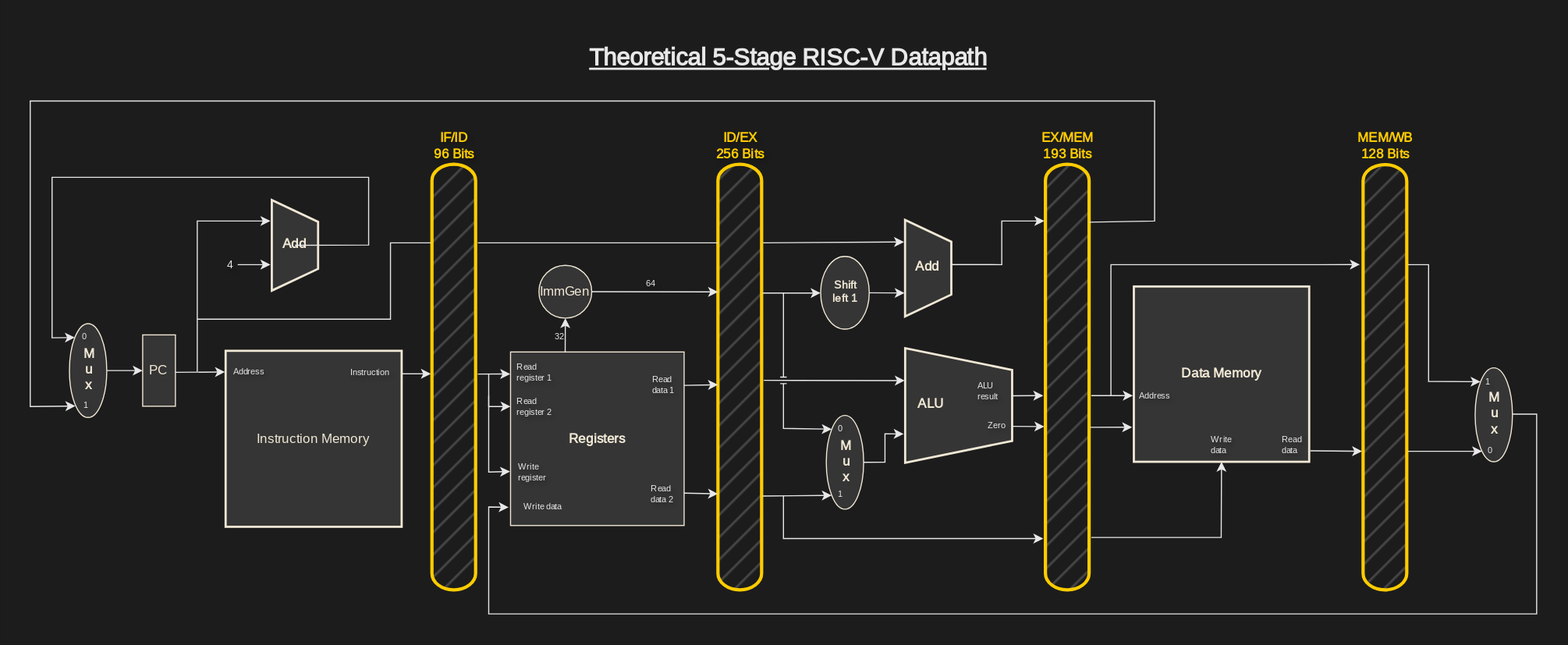
Earlier version of the draw.io export docs/images/pipeline_basic.svg (cshieldsce/riscv-5). Source tidied: cells renumbered, new cells last; positions are measured from the earlier drawing's top-left corner, leaving out a move shared by most shapes.
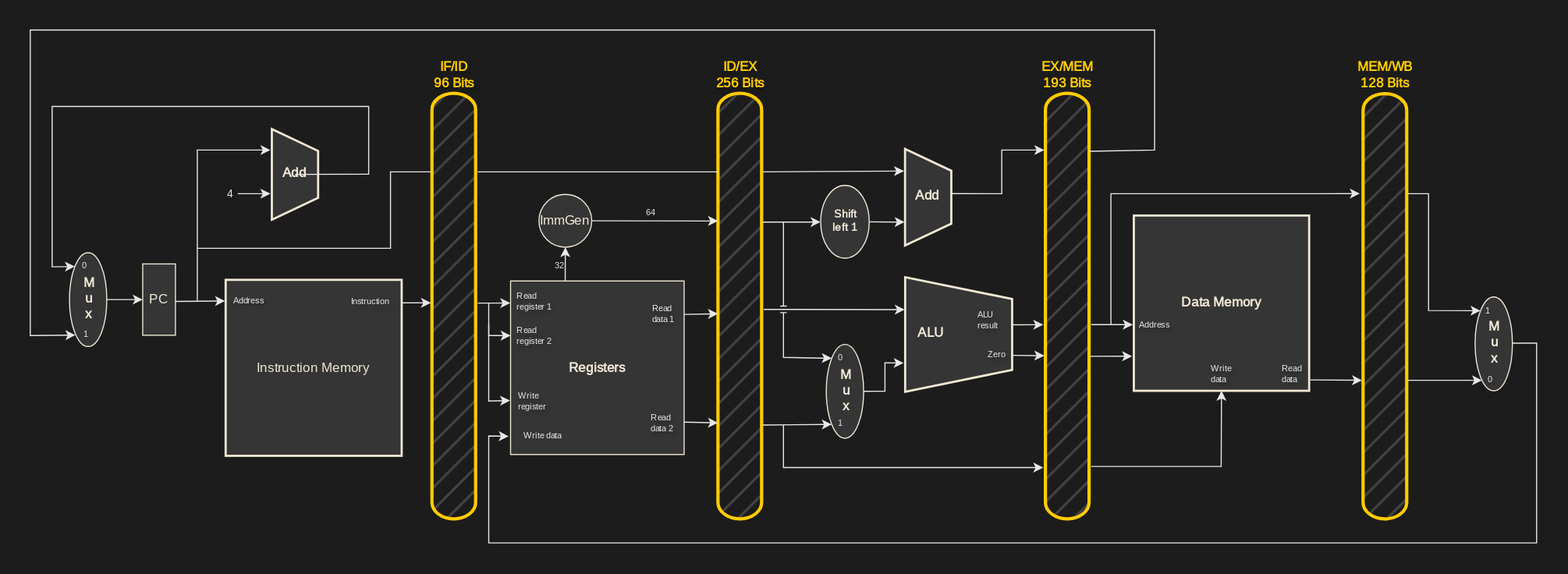
Above is the later version.

The edit, as a diff of the source:
```diff
@@ -340,8 +340,5 @@
         <mxPoint x="10" y="9" as="offset" />
       </mxGeometry>
     </mxCell>
-    <mxCell id="53" value="&lt;u&gt;Theoretical 5-Stage RISC-V Datapath&lt;/u&gt;" style="text;strokeColor=none;fillColor=none;html=1;fontSize=22;fontStyle=1;verticalAlign=middle;align=center;fontFamily=Consolas;fontSource=https%3A%2F%2Ffonts.googleapis.com%2Fcss%3Ffamily%3DConsolas;fontColor=#E8E8E8;" parent="1" vertex="1">
-      <mxGeometry x="644" width="100" height="65" as="geometry" />
-    </mxCell>
   </root>
 </mxGraphModel>
```
